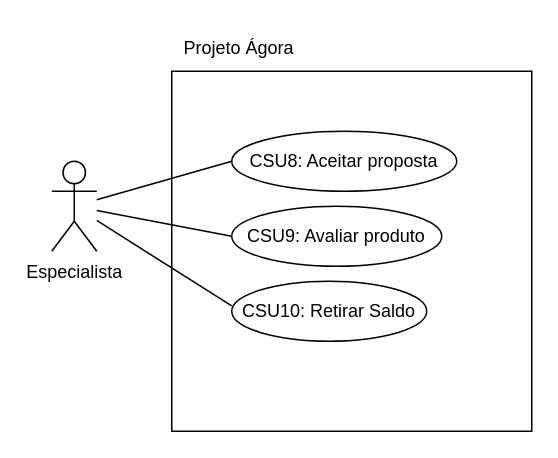
The draw.io diagram page "EspecialistaUseCases" (3 of 3) of Diagrams/UseCases.drawio in luca-moraes/projetoEngenhariaSoftware, before the edit. Source tidied: cells renumbered, new cells numbered last; positions are measured from the earlier drawing's top-left corner, leaving out a move shared by most shapes. Both pictures are drawn from the tidied source at 150%, with x=0, y=0 at pixel (51, 26).
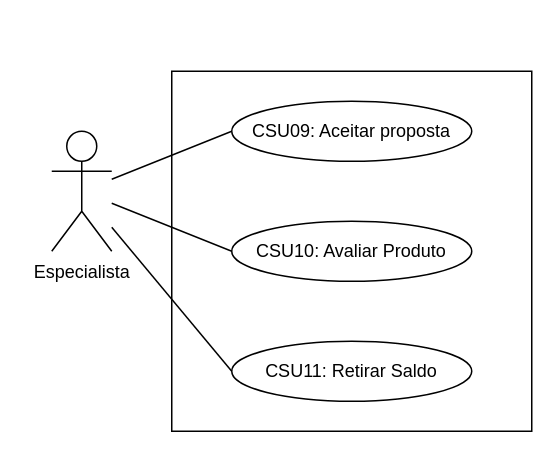
The same diagram, later.

The edit, as a diff of the source:
```diff
@@
 <mxGraphModel>
   <root>
     <mxCell id="0" />
     <mxCell id="1" parent="0" />
-    <mxCell id="2" value="Especialista" style="shape=umlActor;verticalLabelPosition=bottom;verticalAlign=top;html=1;outlineConnect=0;fillColor=none;" parent="1" vertex="1">
-      <mxGeometry y="90" width="30" height="60" as="geometry" />
+    <mxCell id="2" value="Especialista&lt;br&gt;" style="shape=umlActor;verticalLabelPosition=bottom;verticalAlign=top;html=1;outlineConnect=0;" parent="1" vertex="1">
+      <mxGeometry y="70" width="40" height="80" as="geometry" />
     </mxCell>
     <mxCell id="3" style="whiteSpace=wrap;html=1;fillColor=none;" parent="1" vertex="1">
       <mxGeometry x="80" y="30" width="240" height="240" as="geometry" />
     </mxCell>
-    <mxCell id="4" value="CSU8: Aceitar proposta" style="ellipse;whiteSpace=wrap;html=1;fillColor=none;" parent="1" vertex="1">
-      <mxGeometry x="120" y="70" width="150" height="40" as="geometry" />
-    </mxCell>
-    <mxCell id="5" style="endArrow=none;html=1;rounded=0;entryX=0;entryY=0.5;entryDx=0;entryDy=0;" parent="1" edge="1" source="2" target="4">
-      <mxGeometry relative="1" as="geometry" />
-    </mxCell>
-    <mxCell id="6" value="CSU9: Avaliar produto" style="ellipse;whiteSpace=wrap;html=1;fillColor=none;" parent="1" vertex="1">
-      <mxGeometry x="120" y="120" width="140" height="40" as="geometry" />
-    </mxCell>
-    <mxCell id="7" style="endArrow=none;html=1;rounded=0;entryX=0;entryY=0.5;entryDx=0;entryDy=0;" parent="1" edge="1" source="2" target="6">
-      <mxGeometry relative="1" as="geometry" />
-    </mxCell>
-    <mxCell id="8" value="CSU10: Retirar Saldo" style="ellipse;whiteSpace=wrap;html=1;fillColor=none;" parent="1" vertex="1">
-      <mxGeometry x="120" y="170" width="130" height="40" as="geometry" />
-    </mxCell>
-    <mxCell id="9" style="endArrow=none;html=1;rounded=0;exitX=0;exitY=0.411;exitDx=0;exitDy=0;exitPerimeter=0;" parent="1" edge="1" source="8" target="2">
-      <mxGeometry relative="1" as="geometry" />
-    </mxCell>
-    <mxCell id="10" value="Projeto Ágora" style="text;html=1;strokeColor=none;fillColor=none;align=center;verticalAlign=middle;whiteSpace=wrap;rounded=0;" parent="1" vertex="1">
-      <mxGeometry x="80" width="90" height="30" as="geometry" />
-    </mxCell>
+    <mxCell id="11" value="CSU09: Aceitar proposta" style="ellipse;whiteSpace=wrap;html=1;" parent="1" vertex="1">
+      <mxGeometry x="120" y="50" width="160" height="40" as="geometry" />
+    </mxCell>
+    <mxCell id="12" value="CSU10: Avaliar Produto" style="ellipse;whiteSpace=wrap;html=1;" parent="1" vertex="1">
+      <mxGeometry x="120" y="130" width="160" height="40" as="geometry" />
+    </mxCell>
+    <mxCell id="13" value="CSU11: Retirar Saldo" style="ellipse;whiteSpace=wrap;html=1;" parent="1" vertex="1">
+      <mxGeometry x="120" y="210" width="160" height="40" as="geometry" />
+    </mxCell>
+    <mxCell id="14" style="endArrow=none;html=1;rounded=0;" parent="1" edge="1" source="2">
+      <mxGeometry relative="1" as="geometry">
+        <mxPoint x="120" y="70" as="targetPoint" />
+      </mxGeometry>
+    </mxCell>
+    <mxCell id="15" style="endArrow=none;html=1;rounded=0;" parent="1" edge="1" source="2">
+      <mxGeometry relative="1" as="geometry">
+        <mxPoint x="120" y="150" as="targetPoint" />
+      </mxGeometry>
+    </mxCell>
+    <mxCell id="16" style="endArrow=none;html=1;rounded=0;entryX=0;entryY=0.5;entryDx=0;entryDy=0;" parent="1" edge="1" source="2" target="13">
+      <mxGeometry relative="1" as="geometry" />
+    </mxCell>
   </root>
 </mxGraphModel>
```
